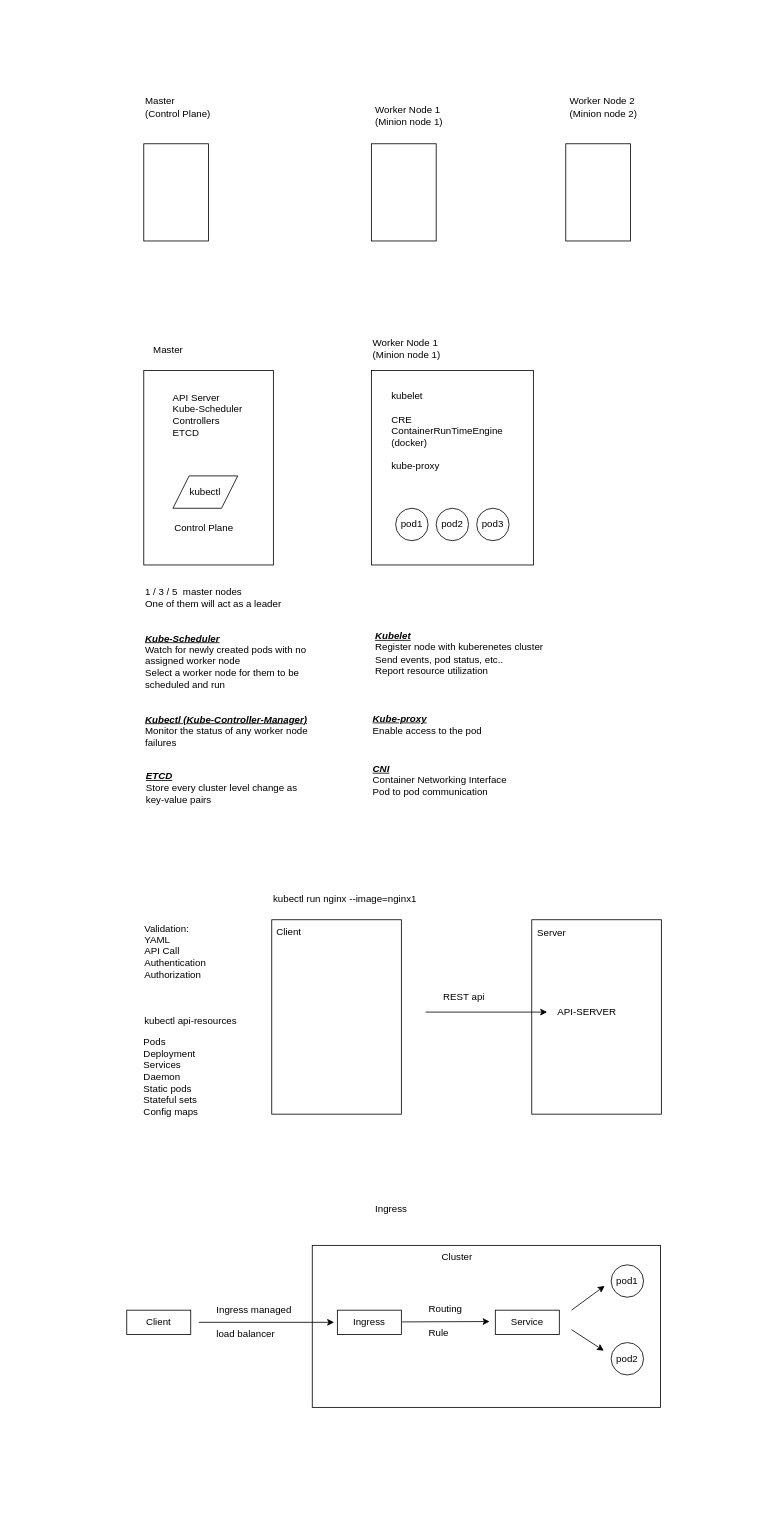
Earlier version of the draw.io diagram k8s-diagram.drawio (rathanDev/kubernetes). Source tidied: cells renumbered, new cells numbered last; positions are measured from the earlier drawing's top-left corner, leaving out a move shared by most shapes. Both pictures are drawn from the tidied source at 81%, with x=0, y=0 at pixel (126, 95).
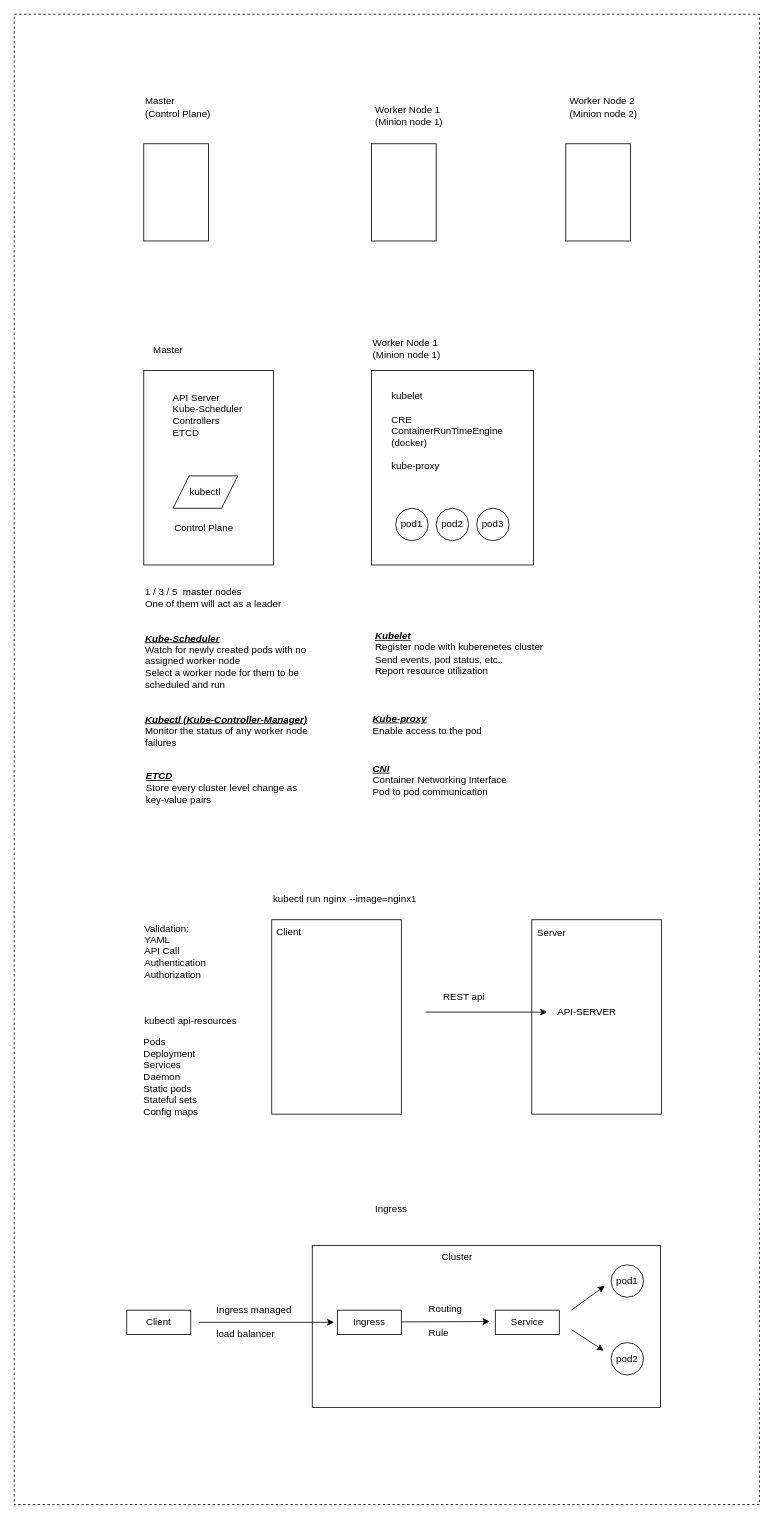
Above is the later version.

What changed in the source:
```diff
@@
+    <mxCell id="51" style="rounded=0;whiteSpace=wrap;html=1;gradientColor=none;fillColor=none;dashed=1;glass=0;" parent="1" vertex="1">
+      <mxGeometry x="-139" y="-100" width="920" height="1840" as="geometry" />
+    </mxCell>
```
